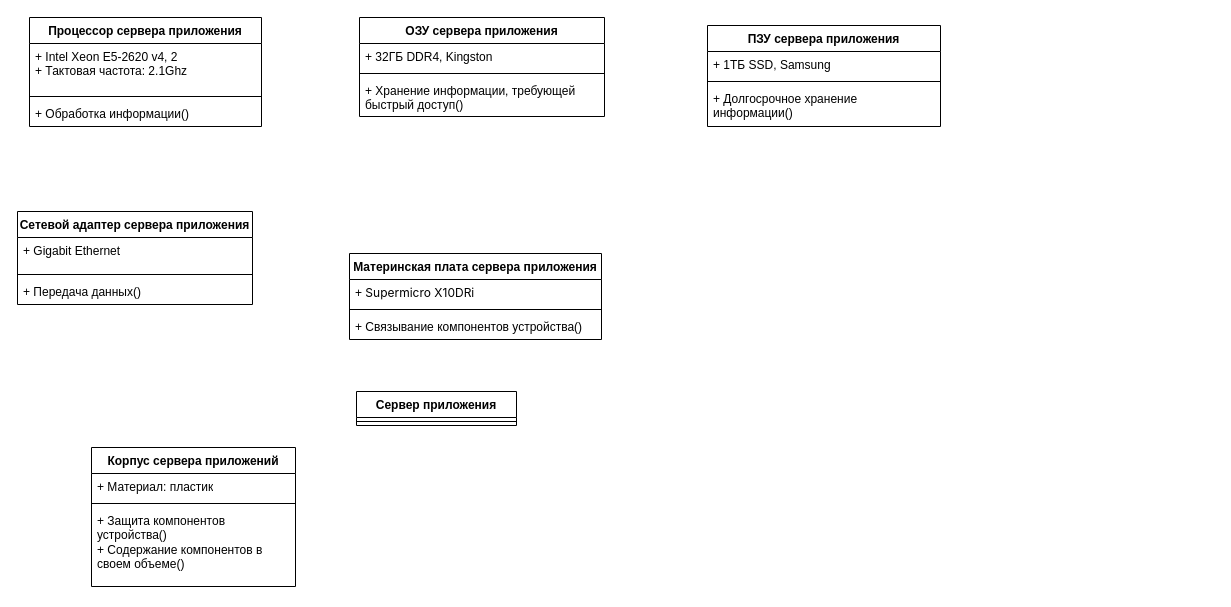
hiff0/db-city-council keeps this draw.io diagram as Определение проекта АИС "Сервер приложения".drawio. Above is the earlier version. Source tidied: cells renumbered, new cells numbered last; positions are measured from the earlier drawing's top-left corner, leaving out a move shared by most shapes. Both pictures are drawn from the tidied source at 100%, with x=0, y=0 at pixel (17, 17).
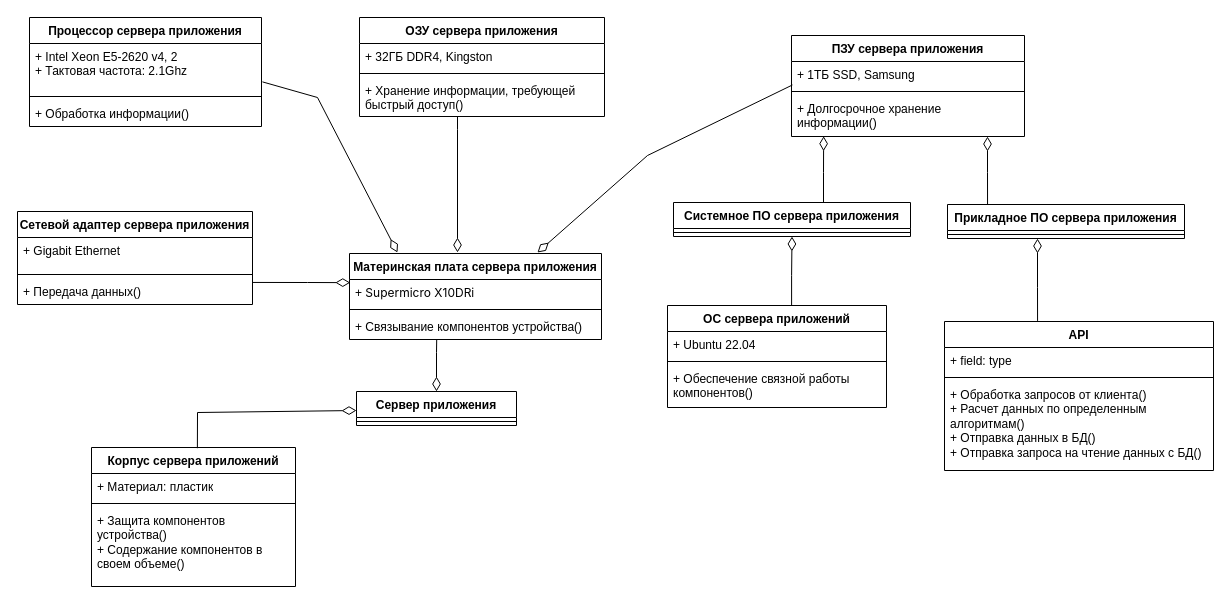
The same diagram, later.

The change refers to these unchanged cells:
```xml
<mxCell id="2" value="Сервер приложения" style="swimlane;fontStyle=1;align=center;verticalAlign=top;horizontal=1;startSize=26;whiteSpace=wrap;html=1;" parent="1" vertex="1">
  <mxGeometry x="339" y="374" width="160" height="34" as="geometry" />
</mxCell>
<mxCell id="4" value="Корпус сервера приложений" style="swimlane;fontStyle=1;align=center;verticalAlign=top;horizontal=1;startSize=26;whiteSpace=wrap;html=1;" parent="1" vertex="1">
  <mxGeometry x="74" y="430" width="204" height="139" as="geometry" />
</mxCell>
<mxCell id="9" value="&lt;span style=&quot;background-color: rgb(255, 255, 255);&quot;&gt;&lt;font style=&quot;font-size: 12px;&quot;&gt;+&amp;nbsp;&lt;span style=&quot;font-family: Inter, -apple-system, BlinkMacSystemFont, &amp;quot;Segoe UI&amp;quot;, Roboto, Helvetica, Arial, sans-serif, &amp;quot;Apple Color Emoji&amp;quot;, &amp;quot;Segoe UI Emoji&amp;quot;, &amp;quot;Segoe UI Symbol&amp;quot;; white-space-collapse: preserve;&quot;&gt;Supermicro X10DRi&lt;/span&gt;&lt;/font&gt;&lt;/span&gt;&lt;div style=&quot;&quot;&gt;&lt;span style=&quot;background-color: rgb(255, 255, 255);&quot;&gt;&lt;span style=&quot;font-family: Inter, -apple-system, BlinkMacSystemFont, &amp;quot;Segoe UI&amp;quot;, Roboto, Helvetica, Arial, sans-serif, &amp;quot;Apple Color Emoji&amp;quot;, &amp;quot;Segoe UI Emoji&amp;quot;, &amp;quot;Segoe UI Symbol&amp;quot;; font-size: 16px; white-space-collapse: preserve;&quot;&gt;&lt;br&gt;&lt;/span&gt;&lt;/span&gt;&lt;/div&gt;" style="text;strokeColor=none;fillColor=none;align=left;verticalAlign=top;spacingLeft=4;spacingRight=4;overflow=hidden;points=[[0,0.5],[1,0.5]];portConstraint=eastwest;whiteSpace=wrap;html=1;" parent="8" vertex="1">
  <mxGeometry y="26" width="252" height="26" as="geometry" />
</mxCell>
<mxCell id="11" value="+ Связывание компонентов устройства()" style="text;strokeColor=none;fillColor=none;align=left;verticalAlign=top;spacingLeft=4;spacingRight=4;overflow=hidden;points=[[0,0.5],[1,0.5]];portConstraint=eastwest;whiteSpace=wrap;html=1;" parent="8" vertex="1">
  <mxGeometry y="60" width="252" height="26" as="geometry" />
</mxCell>
<mxCell id="13" value="+ Intel Xeon E5-2620 v4, 2&lt;div&gt;+ Тактовая частота: 2.1Ghz&lt;/div&gt;" style="text;strokeColor=none;fillColor=none;align=left;verticalAlign=top;spacingLeft=4;spacingRight=4;overflow=hidden;points=[[0,0.5],[1,0.5]];portConstraint=eastwest;whiteSpace=wrap;html=1;" parent="12" vertex="1">
  <mxGeometry y="26" width="232" height="49" as="geometry" />
</mxCell>
<mxCell id="21" value="+ 1ТБ SSD, Samsung" style="text;strokeColor=none;fillColor=none;align=left;verticalAlign=top;spacingLeft=4;spacingRight=4;overflow=hidden;points=[[0,0.5],[1,0.5]];portConstraint=eastwest;whiteSpace=wrap;html=1;" parent="20" vertex="1">
  <mxGeometry y="26" width="233" height="26" as="geometry" />
</mxCell>
<mxCell id="23" value="+ Долгосрочное хранение информации()" style="text;strokeColor=none;fillColor=none;align=left;verticalAlign=top;spacingLeft=4;spacingRight=4;overflow=hidden;points=[[0,0.5],[1,0.5]];portConstraint=eastwest;whiteSpace=wrap;html=1;" parent="20" vertex="1">
  <mxGeometry y="60" width="233" height="41" as="geometry" />
</mxCell>
<mxCell id="27" value="+ Передача данных()" style="text;strokeColor=none;fillColor=none;align=left;verticalAlign=top;spacingLeft=4;spacingRight=4;overflow=hidden;points=[[0,0.5],[1,0.5]];portConstraint=eastwest;whiteSpace=wrap;html=1;" parent="24" vertex="1">
  <mxGeometry y="67" width="235" height="26" as="geometry" />
</mxCell>
```

Diff of the diagram source:
```diff
@@
     <mxCell id="20" value="ПЗУ сервера приложения" style="swimlane;fontStyle=1;align=center;verticalAlign=top;horizontal=1;startSize=26;whiteSpace=wrap;html=1;" parent="1" vertex="1">
-      <mxGeometry x="690" y="8" width="233" height="101" as="geometry" />
+      <mxGeometry x="774" y="18" width="233" height="101" as="geometry" />
     </mxCell>
@@
+    <mxCell id="28" value="Системное ПО сервера приложения" style="swimlane;fontStyle=1;align=center;verticalAlign=top;horizontal=1;startSize=26;whiteSpace=wrap;html=1;" parent="1" vertex="1">
+      <mxGeometry x="656" y="185" width="237" height="34" as="geometry" />
+    </mxCell>
+    <mxCell id="29" style="line;strokeWidth=1;fillColor=none;align=left;verticalAlign=middle;spacingTop=-1;spacingLeft=3;spacingRight=3;labelPosition=right;strokeColor=inherit;" parent="28" vertex="1">
+      <mxGeometry y="26" width="237" height="8" as="geometry" />
+    </mxCell>
+    <mxCell id="30" value="Прикладное ПО сервера приложения" style="swimlane;fontStyle=1;align=center;verticalAlign=top;horizontal=1;startSize=26;whiteSpace=wrap;html=1;" parent="1" vertex="1">
+      <mxGeometry x="930" y="187" width="237" height="34" as="geometry" />
+    </mxCell>
+    <mxCell id="31" style="line;strokeWidth=1;fillColor=none;align=left;verticalAlign=middle;spacingTop=-1;spacingLeft=3;spacingRight=3;labelPosition=right;strokeColor=inherit;" parent="30" vertex="1">
+      <mxGeometry y="26" width="237" height="8" as="geometry" />
+    </mxCell>
+    <mxCell id="32" value="ОС сервера приложений" style="swimlane;fontStyle=1;align=center;verticalAlign=top;horizontal=1;startSize=26;whiteSpace=wrap;html=1;" parent="1" vertex="1">
+      <mxGeometry x="650" y="288" width="219" height="102" as="geometry" />
+    </mxCell>
+    <mxCell id="33" value="+ Ubuntu 22.04" style="text;strokeColor=none;fillColor=none;align=left;verticalAlign=top;spacingLeft=4;spacingRight=4;overflow=hidden;whiteSpace=wrap;html=1;" parent="32" vertex="1">
+      <mxGeometry y="26" width="219" height="26" as="geometry" />
+    </mxCell>
+    <mxCell id="34" style="line;strokeWidth=1;fillColor=none;align=left;verticalAlign=middle;spacingTop=-1;spacingLeft=3;spacingRight=3;labelPosition=right;strokeColor=inherit;" parent="32" vertex="1">
+      <mxGeometry y="52" width="219" height="8" as="geometry" />
+    </mxCell>
+    <mxCell id="35" value="+ Обеспечение связной работы компонентов()" style="text;strokeColor=none;fillColor=none;align=left;verticalAlign=top;spacingLeft=4;spacingRight=4;overflow=hidden;whiteSpace=wrap;html=1;" parent="32" vertex="1">
+      <mxGeometry y="60" width="219" height="42" as="geometry" />
+    </mxCell>
+    <mxCell id="36" value="API" style="swimlane;fontStyle=1;align=center;verticalAlign=top;horizontal=1;startSize=26;whiteSpace=wrap;html=1;" parent="1" vertex="1">
+      <mxGeometry x="927" y="304" width="269" height="149" as="geometry" />
+    </mxCell>
+    <mxCell id="37" value="+ field: type" style="text;strokeColor=none;fillColor=none;align=left;verticalAlign=top;spacingLeft=4;spacingRight=4;overflow=hidden;whiteSpace=wrap;html=1;" parent="36" vertex="1">
+      <mxGeometry y="26" width="269" height="26" as="geometry" />
+    </mxCell>
+    <mxCell id="38" style="line;strokeWidth=1;fillColor=none;align=left;verticalAlign=middle;spacingTop=-1;spacingLeft=3;spacingRight=3;labelPosition=right;strokeColor=inherit;" parent="36" vertex="1">
+      <mxGeometry y="52" width="269" height="8" as="geometry" />
+    </mxCell>
+    <mxCell id="39" value="+ Обработка запросов от клиента()&lt;div&gt;+ Расчет данных по определенным алгоритмам()&lt;/div&gt;&lt;div&gt;&lt;div&gt;+ Отправка данных в БД()&lt;/div&gt;&lt;div&gt;+ Отправка запроса на чтение данных с БД()&lt;/div&gt;&lt;/div&gt;" style="text;strokeColor=none;fillColor=none;align=left;verticalAlign=top;spacingLeft=4;spacingRight=4;overflow=hidden;whiteSpace=wrap;html=1;" parent="36" vertex="1">
+      <mxGeometry y="60" width="269" height="89" as="geometry" />
+    </mxCell>
+    <mxCell id="40" style="endArrow=diamondThin;endFill=0;endSize=12;html=1;rounded=0;exitX=0.519;exitY=0.005;exitDx=0;exitDy=0;exitPerimeter=0;" parent="1" edge="1" source="4">
+      <mxGeometry relative="1" as="geometry">
+        <mxPoint x="339" y="393" as="targetPoint" />
+        <Array as="points">
+          <mxPoint x="180" y="395" />
+        </Array>
+      </mxGeometry>
+    </mxCell>
+    <mxCell id="41" style="endArrow=diamondThin;endFill=0;endSize=12;html=1;rounded=0;exitX=0.346;exitY=1.016;exitDx=0;exitDy=0;exitPerimeter=0;entryX=0.5;entryY=0;entryDx=0;entryDy=0;" parent="1" edge="1" source="11" target="2">
+      <mxGeometry relative="1" as="geometry">
+        <Array as="points">
+          <mxPoint x="419" y="335" />
+        </Array>
+      </mxGeometry>
+    </mxCell>
+    <mxCell id="42" style="endArrow=diamondThin;endFill=0;endSize=12;html=1;rounded=0;exitX=0.999;exitY=0.152;exitDx=0;exitDy=0;exitPerimeter=0;entryX=0.003;entryY=0.121;entryDx=0;entryDy=0;entryPerimeter=0;" parent="1" edge="1" source="27" target="9">
+      <mxGeometry relative="1" as="geometry">
+        <Array as="points">
+          <mxPoint x="290" y="265" />
+        </Array>
+      </mxGeometry>
+    </mxCell>
+    <mxCell id="43" style="endArrow=diamondThin;endFill=0;endSize=12;html=1;rounded=0;exitX=0.346;exitY=1.016;exitDx=0;exitDy=0;exitPerimeter=0;" parent="1" edge="1">
+      <mxGeometry relative="1" as="geometry">
+        <mxPoint x="440" y="99" as="sourcePoint" />
+        <mxPoint x="440" y="235" as="targetPoint" />
+        <Array as="points">
+          <mxPoint x="440" y="112" />
+        </Array>
+      </mxGeometry>
+    </mxCell>
+    <mxCell id="44" style="endArrow=diamondThin;endFill=0;endSize=12;html=1;rounded=0;exitX=1.004;exitY=0.783;exitDx=0;exitDy=0;exitPerimeter=0;" parent="1" edge="1" source="13">
+      <mxGeometry relative="1" as="geometry">
+        <mxPoint x="380" y="235" as="targetPoint" />
+        <Array as="points">
+          <mxPoint x="300" y="80" />
+        </Array>
+      </mxGeometry>
+    </mxCell>
+    <mxCell id="45" style="endArrow=diamondThin;endFill=0;endSize=12;html=1;rounded=0;exitX=0.004;exitY=0.903;exitDx=0;exitDy=0;exitPerimeter=0;" parent="1" edge="1" source="21">
+      <mxGeometry relative="1" as="geometry">
+        <mxPoint x="520" y="235" as="targetPoint" />
+        <Array as="points">
+          <mxPoint x="630" y="138" />
+        </Array>
+      </mxGeometry>
+    </mxCell>
+    <mxCell id="46" style="endArrow=diamondThin;endFill=0;endSize=12;html=1;rounded=0;entryX=0.138;entryY=0.993;entryDx=0;entryDy=0;entryPerimeter=0;" parent="1" edge="1" target="23">
+      <mxGeometry relative="1" as="geometry">
+        <mxPoint x="806" y="185" as="sourcePoint" />
+        <Array as="points">
+          <mxPoint x="806" y="155" />
+        </Array>
+      </mxGeometry>
+    </mxCell>
+    <mxCell id="47" style="endArrow=diamondThin;endFill=0;endSize=12;html=1;rounded=0;entryX=0.138;entryY=0.993;entryDx=0;entryDy=0;entryPerimeter=0;exitX=0.169;exitY=0.014;exitDx=0;exitDy=0;exitPerimeter=0;" parent="1" edge="1" source="30">
+      <mxGeometry relative="1" as="geometry">
+        <mxPoint x="970" y="119" as="targetPoint" />
+        <Array as="points">
+          <mxPoint x="970" y="155" />
+        </Array>
+      </mxGeometry>
+    </mxCell>
+    <mxCell id="48" style="endArrow=diamondThin;endFill=0;endSize=12;html=1;rounded=0;entryX=0.5;entryY=1;entryDx=0;entryDy=0;" parent="1" edge="1" target="28">
+      <mxGeometry relative="1" as="geometry">
+        <mxPoint x="774.1" y="288" as="sourcePoint" />
+        <Array as="points">
+          <mxPoint x="774.1" y="258" />
+        </Array>
+      </mxGeometry>
+    </mxCell>
+    <mxCell id="49" style="endArrow=diamondThin;endFill=0;endSize=12;html=1;rounded=0;exitX=0.346;exitY=-0.004;exitDx=0;exitDy=0;exitPerimeter=0;" parent="1" edge="1" source="36">
+      <mxGeometry relative="1" as="geometry">
+        <mxPoint x="1020" y="221" as="targetPoint" />
+        <Array as="points">
+          <mxPoint x="1020" y="270" />
+        </Array>
+      </mxGeometry>
+    </mxCell>
```
